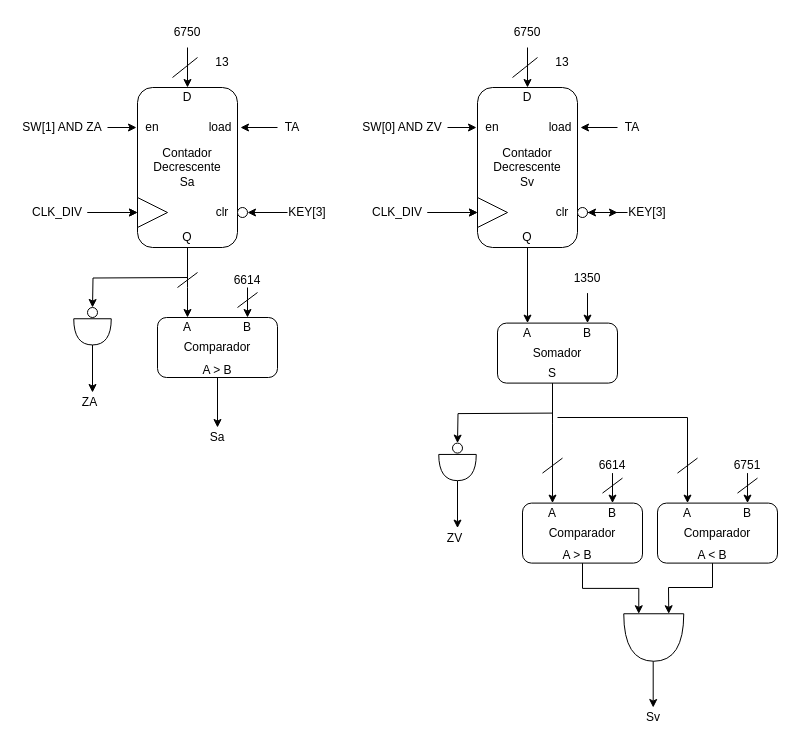
Above: Diagrama/lab10.drawio in pedroManuelP/lab10 (draw.io), before the change. Source tidied: cells renumbered, new cells numbered last; positions are measured from the earlier drawing's top-left corner, leaving out a move shared by most shapes. Both pictures are drawn from the tidied source at 100%, with x=0, y=0 at pixel (17, 17).
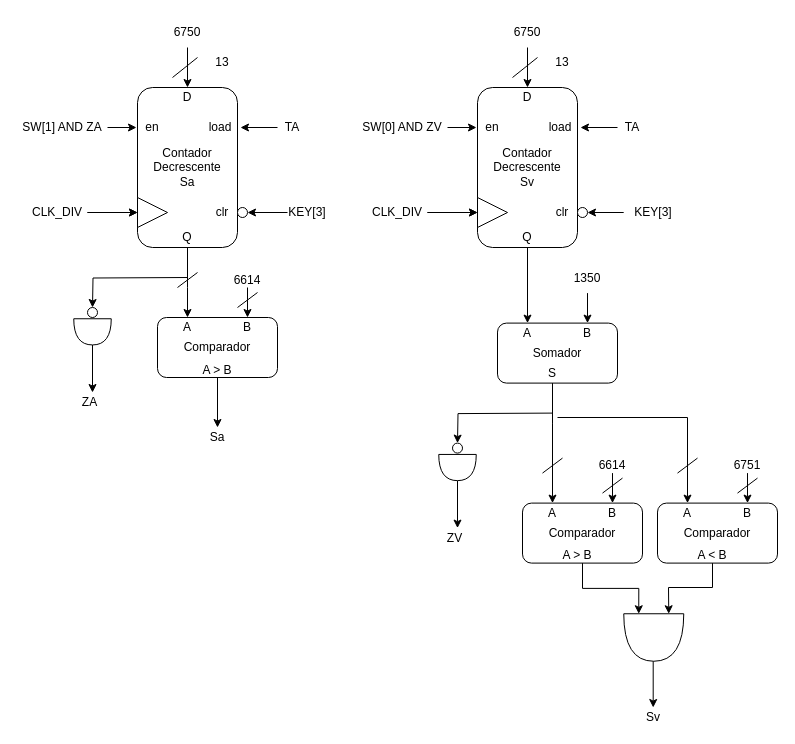
After the change.

Unchanged cells that the change refers to:
```xml
<mxCell id="48" value="clr" style="text;html=1;align=center;verticalAlign=middle;whiteSpace=wrap;rounded=0;" parent="1" vertex="1">
  <mxGeometry x="530" y="187.5" width="30" height="15" as="geometry" />
</mxCell>
<mxCell id="50" style="ellipse;whiteSpace=wrap;html=1;" parent="1" vertex="1">
  <mxGeometry x="560" y="190" width="10" height="10" as="geometry" />
</mxCell>
```

What changed in the source:
```diff
@@
-    <mxCell id="47" style="edgeStyle=orthogonalEdgeStyle;rounded=0;jettySize=auto;html=1;" parent="1" edge="1" source="48" target="49">
-      <mxGeometry relative="1" as="geometry" />
-    </mxCell>
@@
     <mxCell id="49" value="KEY[3]" style="text;html=1;align=center;verticalAlign=middle;whiteSpace=wrap;rounded=0;" parent="1" vertex="1">
-      <mxGeometry x="600" y="180" width="60" height="30" as="geometry" />
+      <mxGeometry x="606.2" y="180" width="60" height="30" as="geometry" />
     </mxCell>
@@
-    <mxCell id="51" style="endArrow=classic;html=1;rounded=0;entryX=1;entryY=0.5;entryDx=0;entryDy=0;" parent="1" edge="1" target="50">
-      <mxGeometry relative="1" as="geometry">
-        <mxPoint x="610" y="195" as="sourcePoint" />
-      </mxGeometry>
+    <mxCell id="51" style="endArrow=classic;html=1;rounded=0;entryX=1;entryY=0.5;entryDx=0;entryDy=0;exitX=0;exitY=0.5;exitDx=0;exitDy=0;" parent="1" edge="1" source="49" target="50">
+      <mxGeometry relative="1" as="geometry" />
     </mxCell>
```
